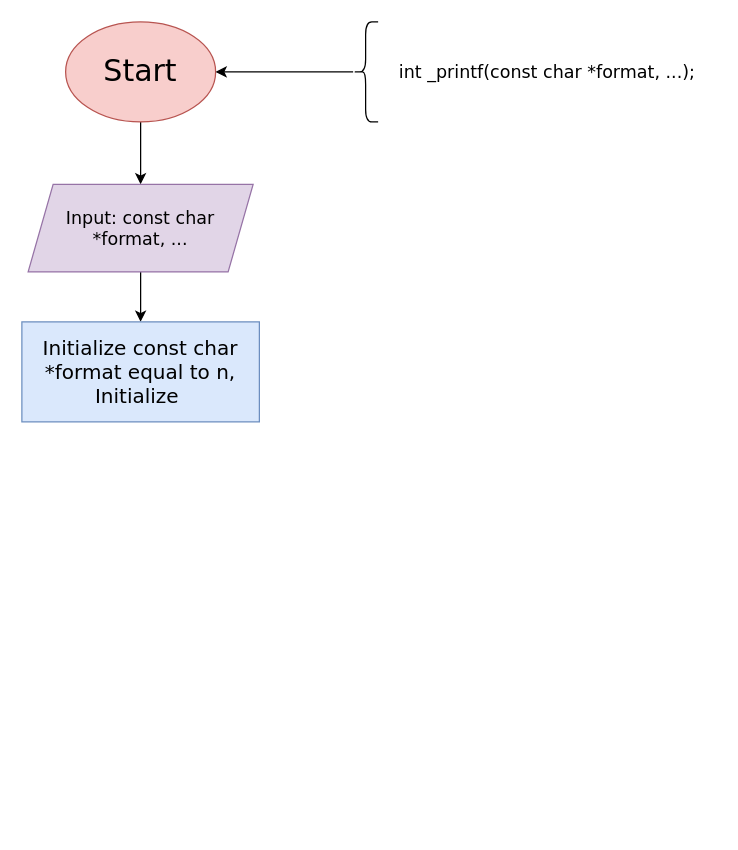
Above: Flowchart/printf Flowchart.drawio in F1R3BLAZ3/printf (draw.io), before the change. Source tidied: cells renumbered, new cells numbered last; positions are measured from the earlier drawing's top-left corner, leaving out a move shared by most shapes. Both pictures are drawn from the tidied source at 125%, with x=0, y=0 at pixel (21, 21).
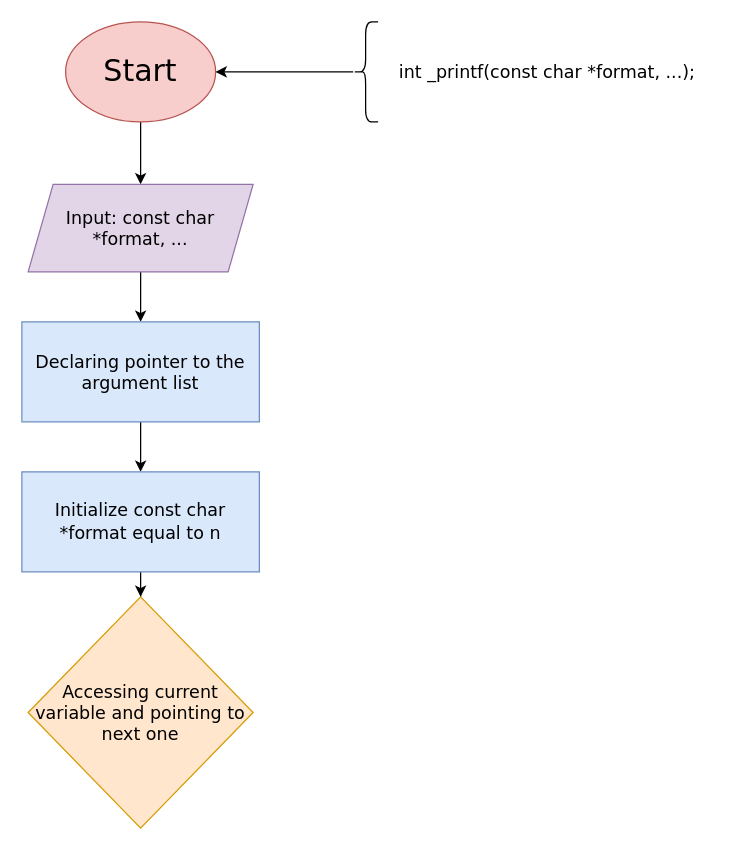
After the change.

The edit, as a diff of the source:
```diff
@@
 <mxGraphModel>
   <root>
     <mxCell id="0" />
     <mxCell id="1" parent="0" />
     <mxCell id="2" style="edgeStyle=orthogonalEdgeStyle;rounded=0;jettySize=auto;html=1;" parent="1" edge="1" source="3" target="8">
       <mxGeometry relative="1" as="geometry" />
     </mxCell>
     <mxCell id="3" value="&lt;font style=&quot;font-size: 24px;&quot; face=&quot;Verdana&quot;&gt;Start&lt;/font&gt;" style="ellipse;whiteSpace=wrap;html=1;fillColor=#f8cecc;strokeColor=#b85450;" parent="1" vertex="1">
       <mxGeometry x="35" width="120" height="80" as="geometry" />
     </mxCell>
     <mxCell id="4" style="edgeStyle=orthogonalEdgeStyle;rounded=0;jettySize=auto;html=1;" parent="1" edge="1" source="5" target="3">
       <mxGeometry relative="1" as="geometry" />
     </mxCell>
     <mxCell id="5" style="shape=curlyBracket;whiteSpace=wrap;html=1;rounded=1;labelPosition=left;verticalLabelPosition=middle;align=right;verticalAlign=middle;" parent="1" vertex="1">
       <mxGeometry x="265" width="20" height="80" as="geometry" />
     </mxCell>
     <mxCell id="6" value="&lt;font style=&quot;font-size: 14px;&quot; face=&quot;Verdana&quot;&gt;int _printf(const char *format, ...);&lt;/font&gt;" style="text;html=1;align=center;verticalAlign=middle;strokeColor=none;fillColor=none;" parent="1" vertex="1">
       <mxGeometry x="285" y="25" width="270" height="30" as="geometry" />
     </mxCell>
     <mxCell id="7" style="edgeStyle=orthogonalEdgeStyle;rounded=0;jettySize=auto;html=1;" parent="1" edge="1" source="8" target="9">
       <mxGeometry relative="1" as="geometry" />
     </mxCell>
     <mxCell id="8" value="&lt;font style=&quot;font-size: 14px;&quot; face=&quot;Verdana&quot;&gt;Input:&amp;nbsp;const char *format, ...&lt;/font&gt;" style="shape=parallelogram;perimeter=parallelogramPerimeter;whiteSpace=wrap;html=1;fixedSize=1;fillColor=#e1d5e7;strokeColor=#9673a6;" parent="1" vertex="1">
       <mxGeometry x="5" y="130" width="180" height="70" as="geometry" />
     </mxCell>
+    <mxCell id="10" style="edgeStyle=orthogonalEdgeStyle;rounded=0;jettySize=auto;html=1;" parent="1" edge="1" source="9" target="12">
+      <mxGeometry relative="1" as="geometry" />
+    </mxCell>
-    <mxCell id="9" value="&lt;font size=&quot;3&quot; face=&quot;Verdana&quot;&gt;Initialize const char *format equal to n,&lt;br&gt;Initialize&amp;nbsp;&lt;br&gt;&lt;/font&gt;" style="rounded=0;whiteSpace=wrap;html=1;fillColor=#dae8fc;strokeColor=#6c8ebf;" parent="1" vertex="1">
+    <mxCell id="9" value="&lt;font style=&quot;font-size: 14px;&quot; face=&quot;Verdana&quot;&gt;Declaring pointer to the argument list&lt;br&gt;&lt;/font&gt;" style="rounded=0;whiteSpace=wrap;html=1;fillColor=#dae8fc;strokeColor=#6c8ebf;" parent="1" vertex="1">
       <mxGeometry y="240" width="190" height="80" as="geometry" />
     </mxCell>
+    <mxCell id="11" style="edgeStyle=orthogonalEdgeStyle;rounded=0;jettySize=auto;html=1;" parent="1" edge="1" source="12" target="13">
+      <mxGeometry relative="1" as="geometry" />
+    </mxCell>
+    <mxCell id="12" value="&lt;font style=&quot;font-size: 14px;&quot; face=&quot;Verdana&quot;&gt;Initialize const char *format equal to n&lt;/font&gt;&lt;font size=&quot;3&quot; face=&quot;Verdana&quot;&gt;&lt;br&gt;&lt;/font&gt;" style="rounded=0;whiteSpace=wrap;html=1;fillColor=#dae8fc;strokeColor=#6c8ebf;" parent="1" vertex="1">
+      <mxGeometry y="360" width="190" height="80" as="geometry" />
+    </mxCell>
+    <mxCell id="13" value="&lt;font style=&quot;font-size: 14px;&quot; face=&quot;Verdana&quot;&gt;Accessing current variable and pointing to next one&lt;/font&gt;" style="rhombus;whiteSpace=wrap;html=1;fillColor=#ffe6cc;strokeColor=#d79b00;" parent="1" vertex="1">
+      <mxGeometry x="5" y="460" width="180" height="185" as="geometry" />
+    </mxCell>
   </root>
 </mxGraphModel>
```
